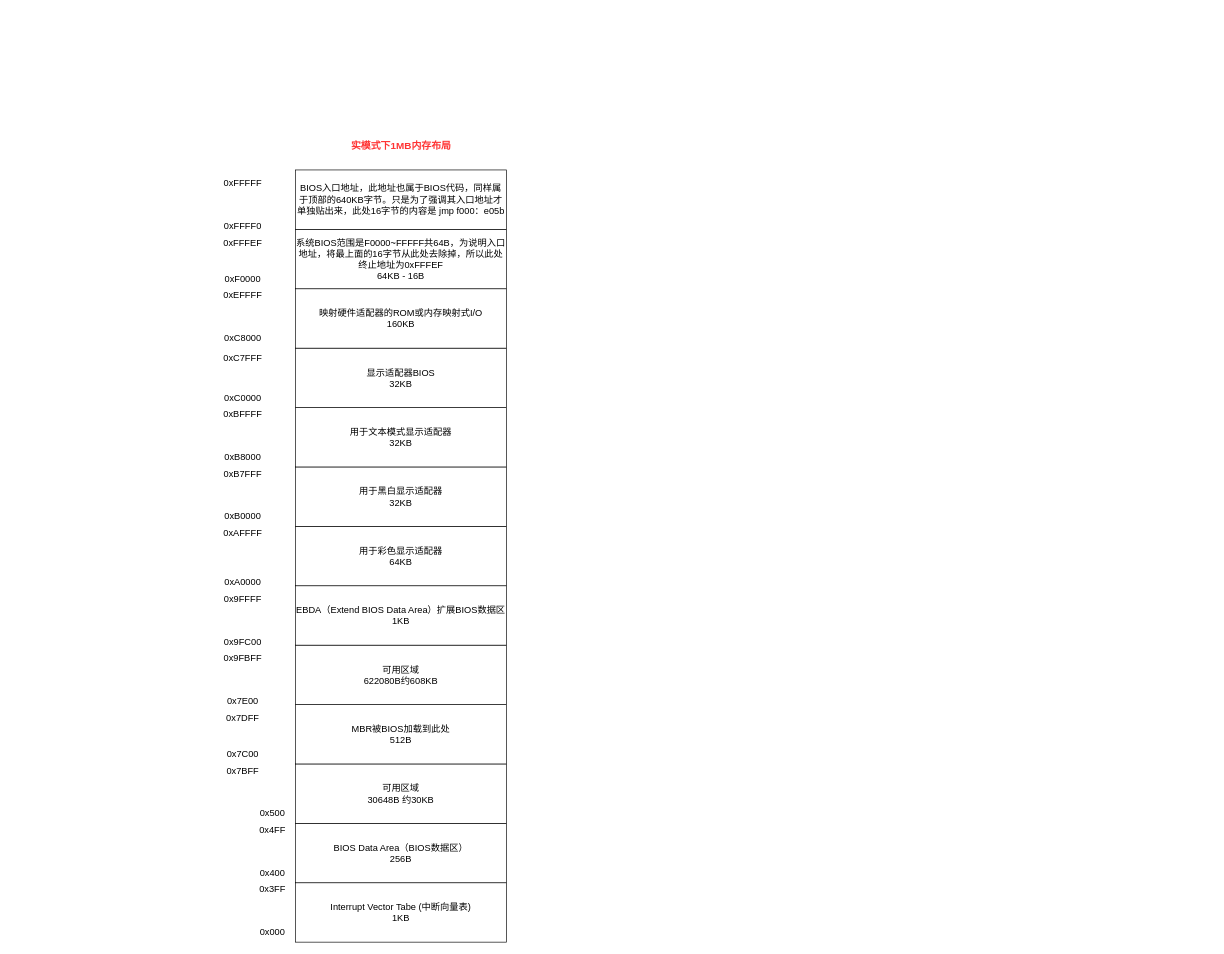
Before: c2/Untitled Diagram.drawio in Oaks907/elephant-study, a draw.io diagram. Source tidied: cells renumbered, new cells numbered last; positions are measured from the earlier drawing's top-left corner, leaving out a move shared by most shapes. Both pictures are drawn from the tidied source at 66%, with x=0, y=0 at pixel (216, 135).
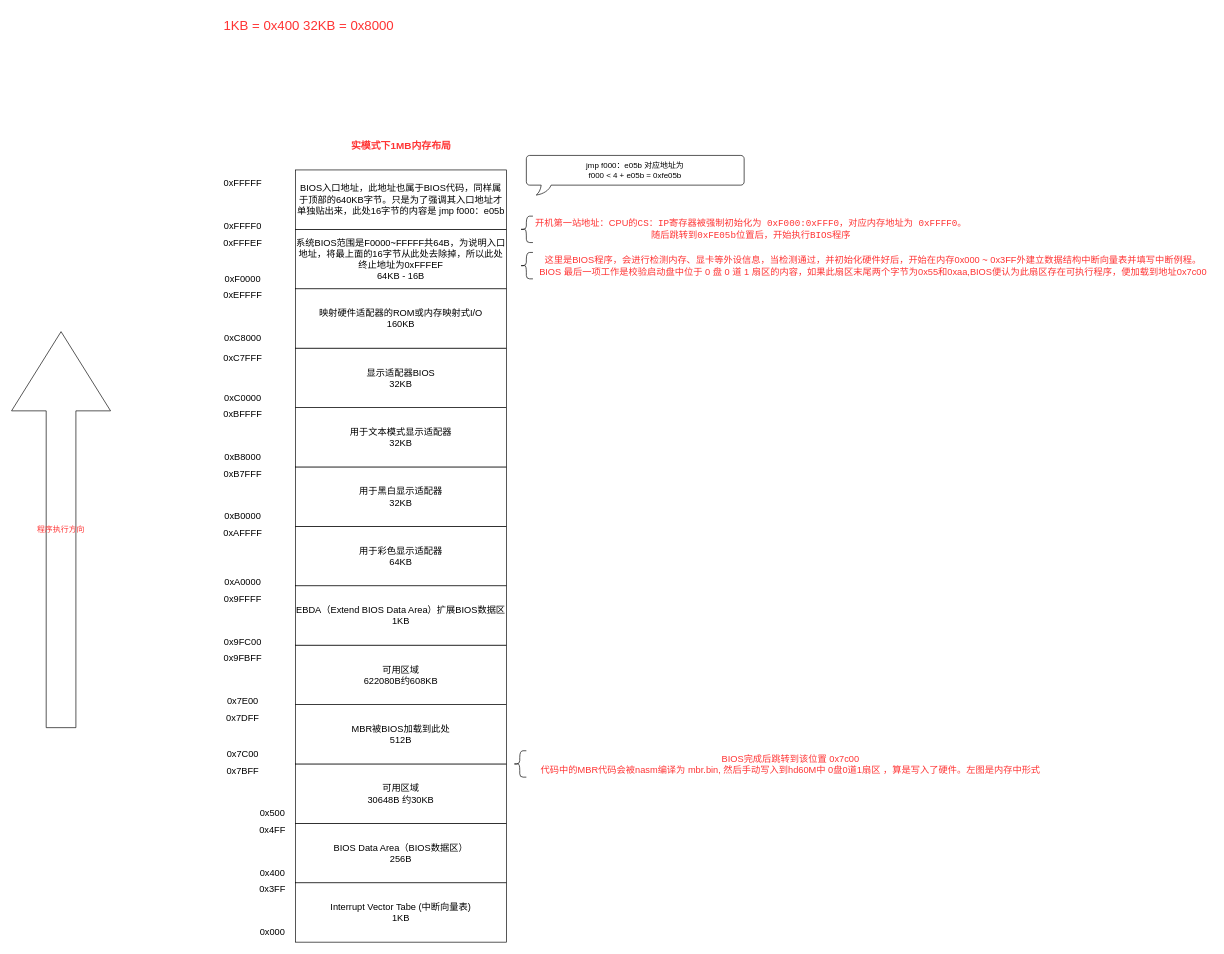
After the change.

What changed in the source:
```diff
@@
+    <mxCell id="42" style="shape=curlyBracket;whiteSpace=wrap;html=1;rounded=1;labelPosition=left;verticalLabelPosition=middle;align=right;verticalAlign=middle;" parent="1" vertex="1">
+      <mxGeometry x="460" y="122" width="20" height="40" as="geometry" />
+    </mxCell>
+    <mxCell id="43" value="&lt;font style=&quot;font-size: 14px;&quot;&gt;开机第一站地址：CPU&lt;span style=&quot;border-color: var(--border-color); text-align: left; font-size: 14px; font-family: 宋体, monospace;&quot;&gt;的&lt;/span&gt;&lt;span style=&quot;border-color: var(--border-color); text-align: left; background-color: rgb(255, 255, 255); font-family: &amp;quot;JetBrains Mono&amp;quot;, monospace; font-size: 14px;&quot;&gt;CS&lt;/span&gt;&lt;span style=&quot;border-color: var(--border-color); text-align: left; font-size: 14px; font-family: 宋体, monospace;&quot;&gt;：&lt;/span&gt;&lt;span style=&quot;border-color: var(--border-color); text-align: left; background-color: rgb(255, 255, 255); font-family: &amp;quot;JetBrains Mono&amp;quot;, monospace; font-size: 14px;&quot;&gt;IP&lt;/span&gt;&lt;span style=&quot;border-color: var(--border-color); text-align: left; font-size: 14px; font-family: 宋体, monospace;&quot;&gt;寄存器被强制初始化为&lt;/span&gt;&lt;span style=&quot;border-color: var(--border-color); text-align: left; background-color: rgb(255, 255, 255); font-family: &amp;quot;JetBrains Mono&amp;quot;, monospace; font-size: 14px;&quot;&gt;&amp;nbsp;0xF000:0xFFF0&lt;/span&gt;&lt;span style=&quot;border-color: var(--border-color); text-align: left; font-size: 14px; font-family: 宋体, monospace;&quot;&gt;，对应内存地址为&lt;/span&gt;&lt;span style=&quot;border-color: var(--border-color); text-align: left; background-color: rgb(255, 255, 255); font-family: &amp;quot;JetBrains Mono&amp;quot;, monospace; font-size: 14px;&quot;&gt;&amp;nbsp;0xFFFF0。&lt;br style=&quot;font-size: 14px;&quot;&gt;随后跳转到0xFE05b位置后，开始执行BIOS程序&lt;br style=&quot;font-size: 14px;&quot;&gt;&lt;/span&gt;&lt;/font&gt;" style="text;html=1;align=center;verticalAlign=middle;strokeColor=none;fillColor=none;fontColor=#FF3333;fontSize=14;" parent="1" vertex="1">
+      <mxGeometry x="480" y="117" width="660" height="50" as="geometry" />
+    </mxCell>
+    <mxCell id="44" value="jmp f000：e05b 对应地址为&lt;br&gt;f000 &amp;lt; 4 + e05b = 0xfe05b" style="whiteSpace=wrap;html=1;shape=mxgraph.basic.roundRectCallout;dx=30;dy=15;size=5;boundedLbl=1;" parent="1" vertex="1">
+      <mxGeometry x="470" y="30" width="330" height="60" as="geometry" />
+    </mxCell>
+    <mxCell id="45" style="shape=curlyBracket;whiteSpace=wrap;html=1;rounded=1;labelPosition=left;verticalLabelPosition=middle;align=right;verticalAlign=middle;" parent="1" vertex="1">
+      <mxGeometry x="460" y="177" width="20" height="40" as="geometry" />
+    </mxCell>
+    <mxCell id="46" value="这里是BIOS程序，会进行检测内存、显卡等外设信息，当检测通过，并初始化硬件好后，开始在内存0x000 ~ 0x3FF外建立数据结构中断向量表并填写中断例程。&lt;br style=&quot;font-size: 14px;&quot;&gt;BIOS 最后一项工作是校验启动盘中位于 0 盘 0 道 1 扇区的内容，如果此扇区末尾两个字节为0x55和0xaa,BIOS便认为此扇区存在可执行程序，便加载到地址0x7c00" style="text;html=1;align=center;verticalAlign=middle;strokeColor=none;fillColor=none;fontColor=#FF3333;fontSize=14;" parent="1" vertex="1">
+      <mxGeometry x="480" y="172" width="1030" height="50" as="geometry" />
+    </mxCell>
+    <mxCell id="47" style="shape=curlyBracket;whiteSpace=wrap;html=1;rounded=1;labelPosition=left;verticalLabelPosition=middle;align=right;verticalAlign=middle;" parent="1" vertex="1">
+      <mxGeometry x="450" y="932" width="20" height="40" as="geometry" />
+    </mxCell>
+    <mxCell id="48" value="&lt;font style=&quot;font-size: 14px;&quot; color=&quot;#ff3333&quot;&gt;BIOS完成后跳转到该位置 0x7c00&lt;br&gt;代码中的MBR代码会被nasm编译为 mbr.bin, 然后手动写入到hd60M中 0盘0道1扇区 ，算是写入了硬件。左图是内存中形式&lt;br&gt;&lt;/font&gt;" style="text;html=1;align=center;verticalAlign=middle;strokeColor=none;fillColor=none;" parent="1" vertex="1">
+      <mxGeometry x="480" y="927" width="780" height="50" as="geometry" />
+    </mxCell>
+    <mxCell id="49" value="&lt;font color=&quot;#ff3333&quot; style=&quot;font-size: 20px;&quot;&gt;1KB = 0x400 32KB = 0x8000&lt;/font&gt;" style="text;html=1;align=center;verticalAlign=middle;strokeColor=none;fillColor=none;" parent="1" vertex="1">
+      <mxGeometry y="-188" width="280" height="40" as="geometry" />
+    </mxCell>
+    <mxCell id="50" value="&lt;font color=&quot;#ff3333&quot;&gt;程序执行方向&lt;/font&gt;" style="shape=singleArrow;direction=north;whiteSpace=wrap;html=1;" parent="1" vertex="1">
+      <mxGeometry x="-310" y="297" width="150" height="600" as="geometry" />
+    </mxCell>
```
